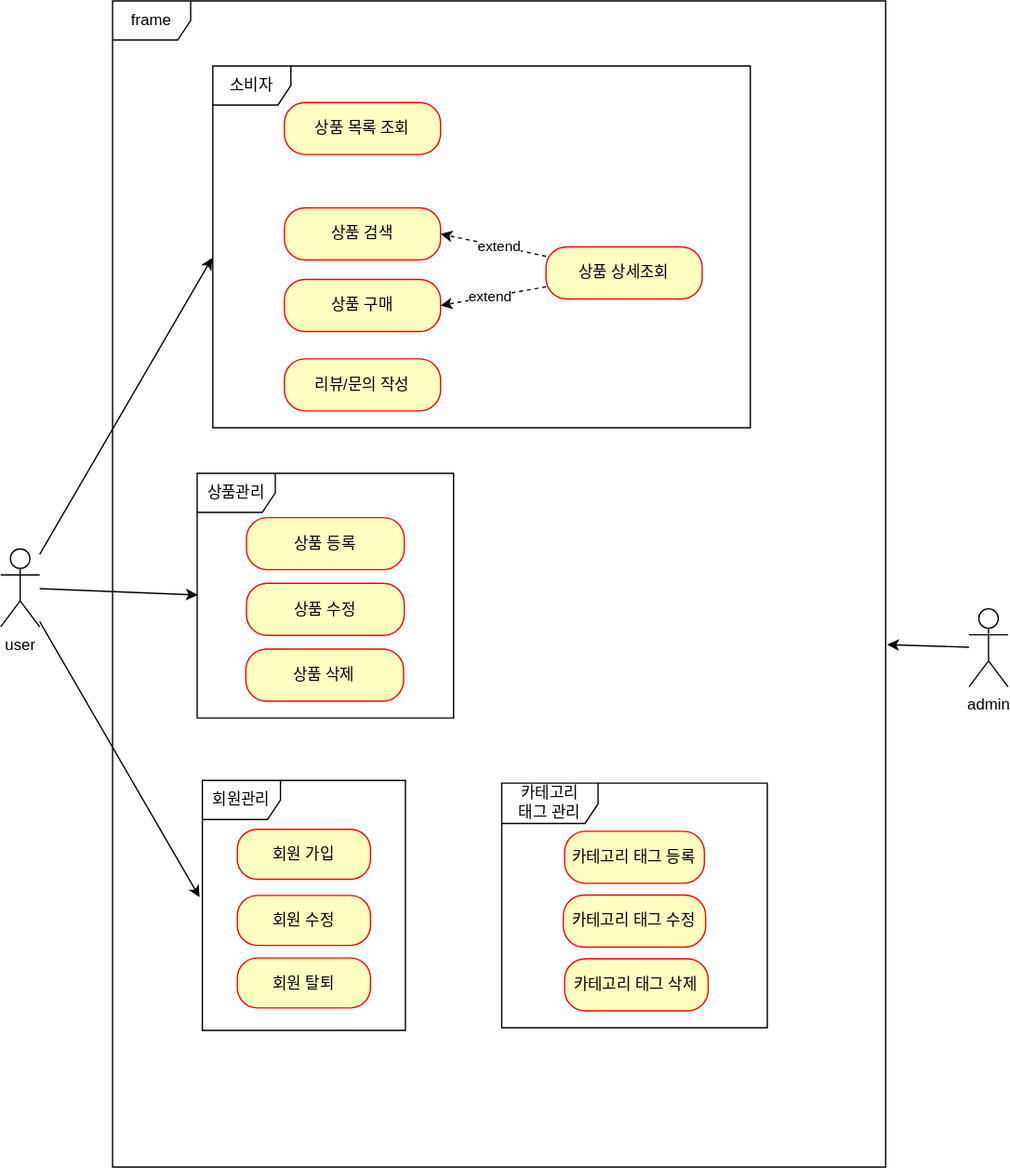
The draw.io diagram usecase.drawio.svg in RECHEV12/persnal_project, before a commit. Source tidied: cells renumbered, new cells last; positions are measured from the earlier drawing's top-left corner, leaving out a move shared by most shapes.
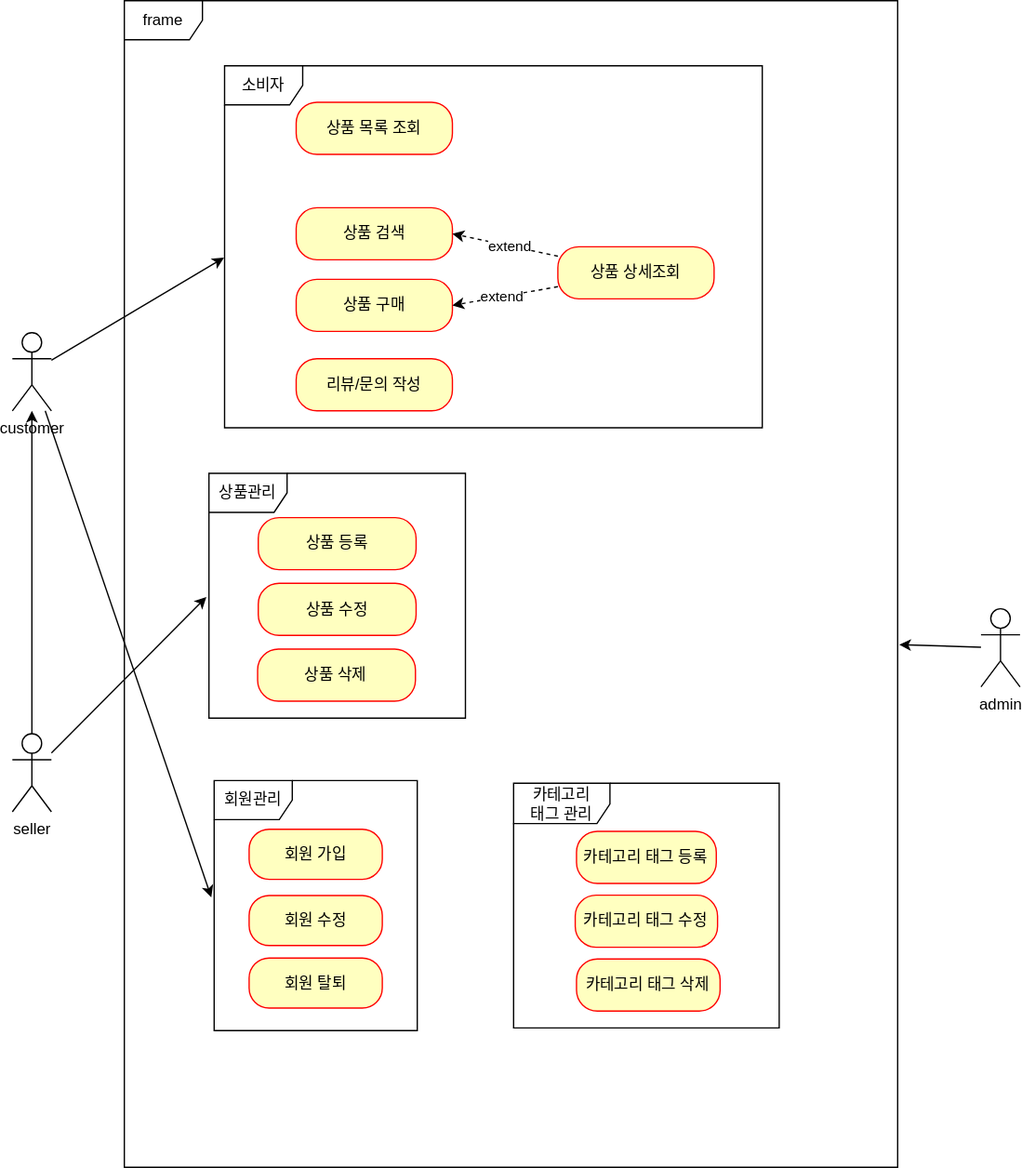
The same file after the commit.

Diff of the diagram source:
```diff
@@ -8,8 +8,8 @@
     <mxCell id="3" style="rounded=0;jettySize=auto;html=1;entryX=-0.014;entryY=0.467;entryDx=0;entryDy=0;entryPerimeter=0;" parent="1" edge="1" source="4" target="13">
       <mxGeometry relative="1" as="geometry" />
     </mxCell>
-    <mxCell id="4" value="user&lt;br&gt;" style="shape=umlActor;verticalLabelPosition=bottom;verticalAlign=top;html=1;" parent="1" vertex="1">
-      <mxGeometry y="421" width="30" height="60" as="geometry" />
+    <mxCell id="4" value="customer" style="shape=umlActor;verticalLabelPosition=bottom;verticalAlign=top;html=1;" parent="1" vertex="1">
+      <mxGeometry y="255" width="30" height="60" as="geometry" />
     </mxCell>
     <mxCell id="5" value="admin&lt;br&gt;" style="shape=umlActor;verticalLabelPosition=bottom;verticalAlign=top;html=1;" parent="1" vertex="1">
       <mxGeometry x="744" y="467" width="30" height="60" as="geometry" />
@@ -98,11 +98,17 @@
     <mxCell id="33" style="rounded=0;jettySize=auto;html=1;entryX=-0.001;entryY=0.53;entryDx=0;entryDy=0;entryPerimeter=0;" parent="1" edge="1" source="4" target="32">
       <mxGeometry relative="1" as="geometry" />
     </mxCell>
-    <mxCell id="34" style="rounded=0;jettySize=auto;html=1;entryX=0.002;entryY=0.497;entryDx=0;entryDy=0;entryPerimeter=0;" parent="1" edge="1" source="4" target="8">
-      <mxGeometry relative="1" as="geometry" />
-    </mxCell>
     <mxCell id="35" style="rounded=0;jettySize=auto;html=1;entryX=1.002;entryY=0.552;entryDx=0;entryDy=0;entryPerimeter=0;" parent="1" edge="1" source="5" target="2">
       <mxGeometry relative="1" as="geometry" />
     </mxCell>
+    <mxCell id="36" style="edgeStyle=orthogonalEdgeStyle;rounded=0;jettySize=auto;html=1;" parent="1" edge="1" source="37" target="4">
+      <mxGeometry relative="1" as="geometry" />
+    </mxCell>
+    <mxCell id="37" value="seller" style="shape=umlActor;verticalLabelPosition=bottom;verticalAlign=top;html=1;" parent="1" vertex="1">
+      <mxGeometry y="563" width="30" height="60" as="geometry" />
+    </mxCell>
+    <mxCell id="38" style="rounded=0;jettySize=auto;html=1;entryX=-0.01;entryY=0.505;entryDx=0;entryDy=0;entryPerimeter=0;" parent="1" edge="1" source="37" target="8">
+      <mxGeometry relative="1" as="geometry" />
+    </mxCell>
   </root>
 </mxGraphModel>
```
